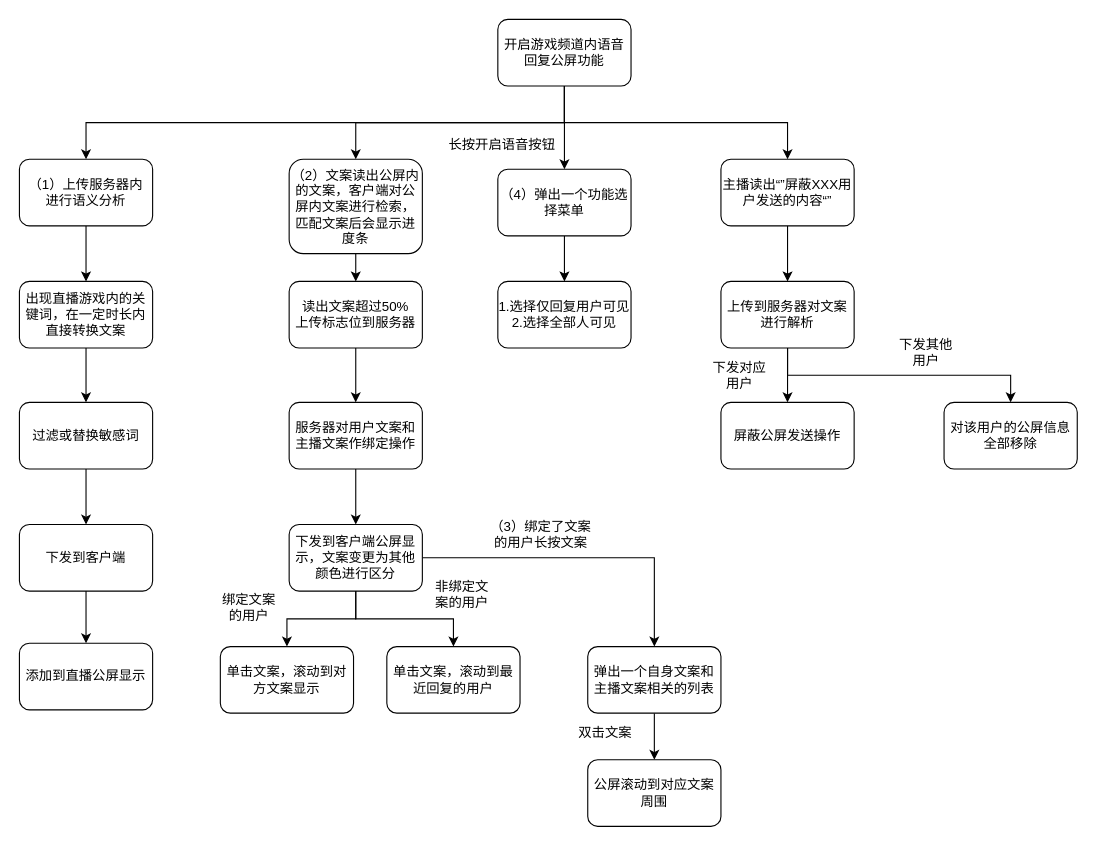
Earlier version of the draw.io diagram page "Page-1" (1 of 4) of 游戏频道公屏.drawio (cangwang/news). Source tidied: cells renumbered, new cells numbered last; positions are measured from the earlier drawing's top-left corner, leaving out a move shared by most shapes. Both pictures are drawn from the tidied source at 111%, with x=0, y=0 at pixel (19, 19).
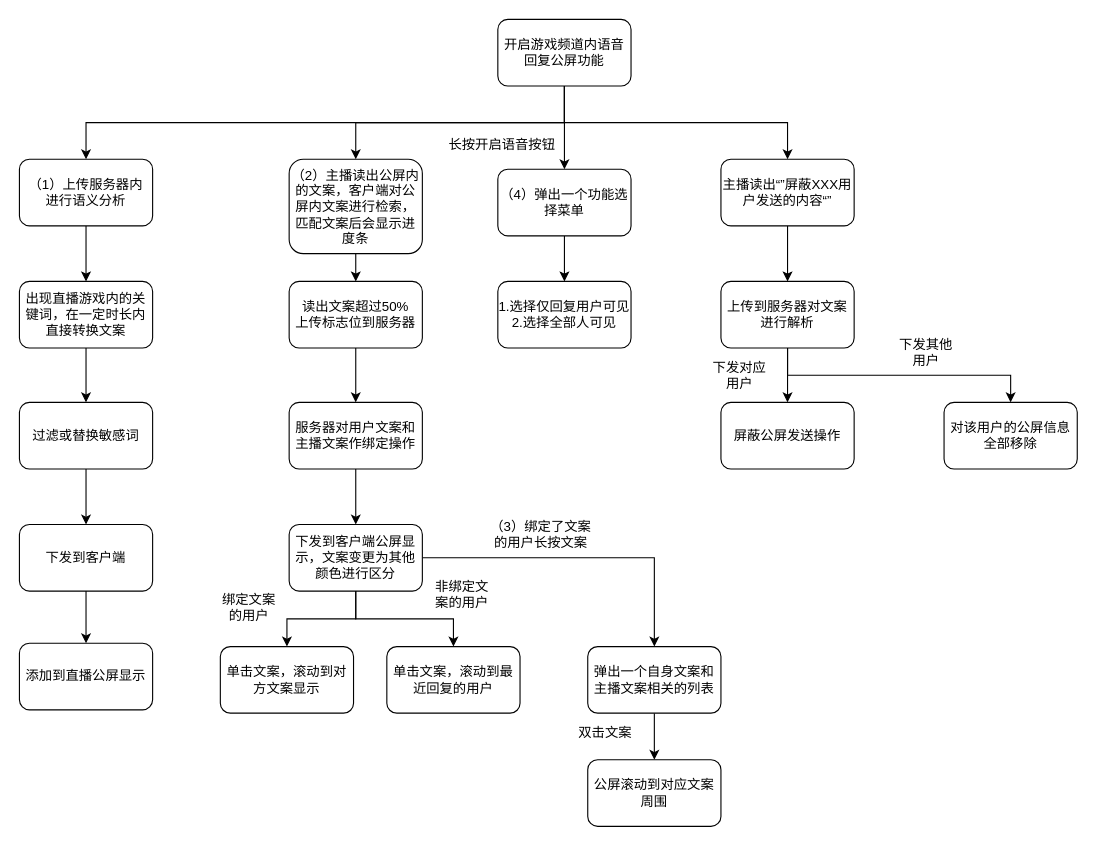
After the change.

Commit message:
Update 游戏频道公屏.drawio

Change to the diagram source:
```diff
@@
-    <mxCell id="17" value="（2）文案读出公屏内的文案，客户端对公屏内文案进行检索，匹配文案后会显示进度条" style="rounded=1;whiteSpace=wrap;html=1;" parent="1" vertex="1">
+    <mxCell id="17" value="（2）主播读出公屏内的文案，客户端对公屏内文案进行检索，匹配文案后会显示进度条" style="rounded=1;whiteSpace=wrap;html=1;" parent="1" vertex="1">
       <mxGeometry x="243" y="126" width="120" height="85" as="geometry" />
     </mxCell>
```
